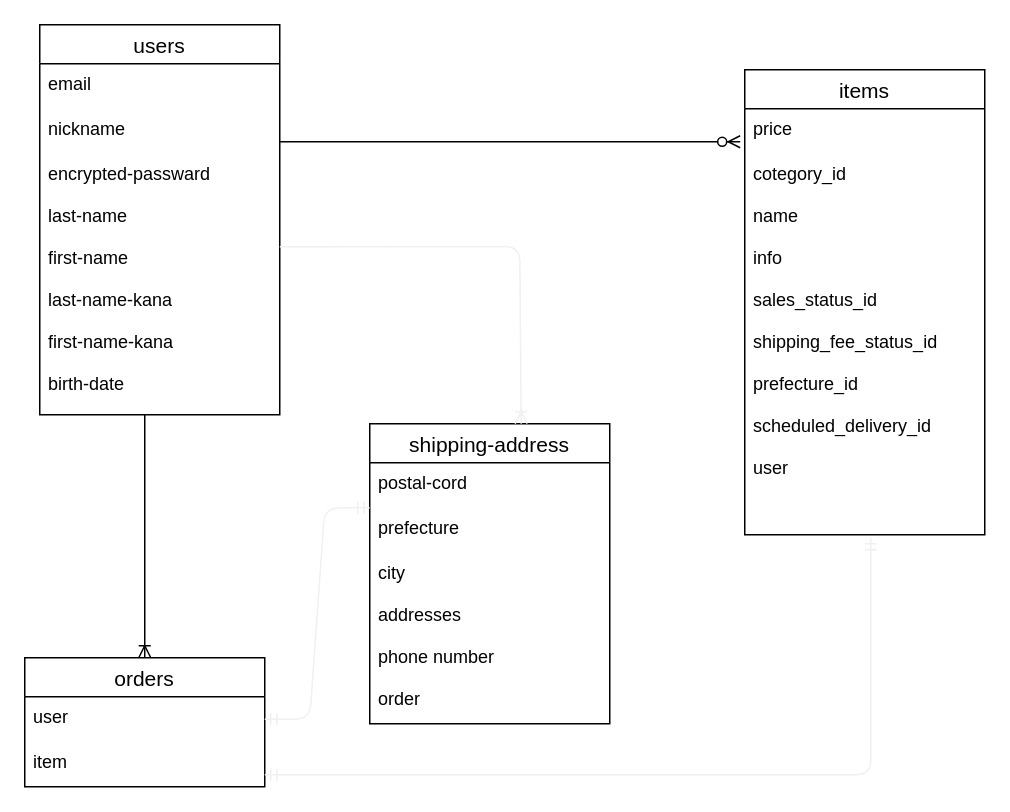
takagi-souma/furima-33513 keeps this draw.io diagram as ER.dio. Above is the earlier version. Source tidied: cells renumbered, new cells numbered last; positions are measured from the earlier drawing's top-left corner, leaving out a move shared by most shapes. Both pictures are drawn from the tidied source at 150%, with x=0, y=0 at pixel (24, 24).
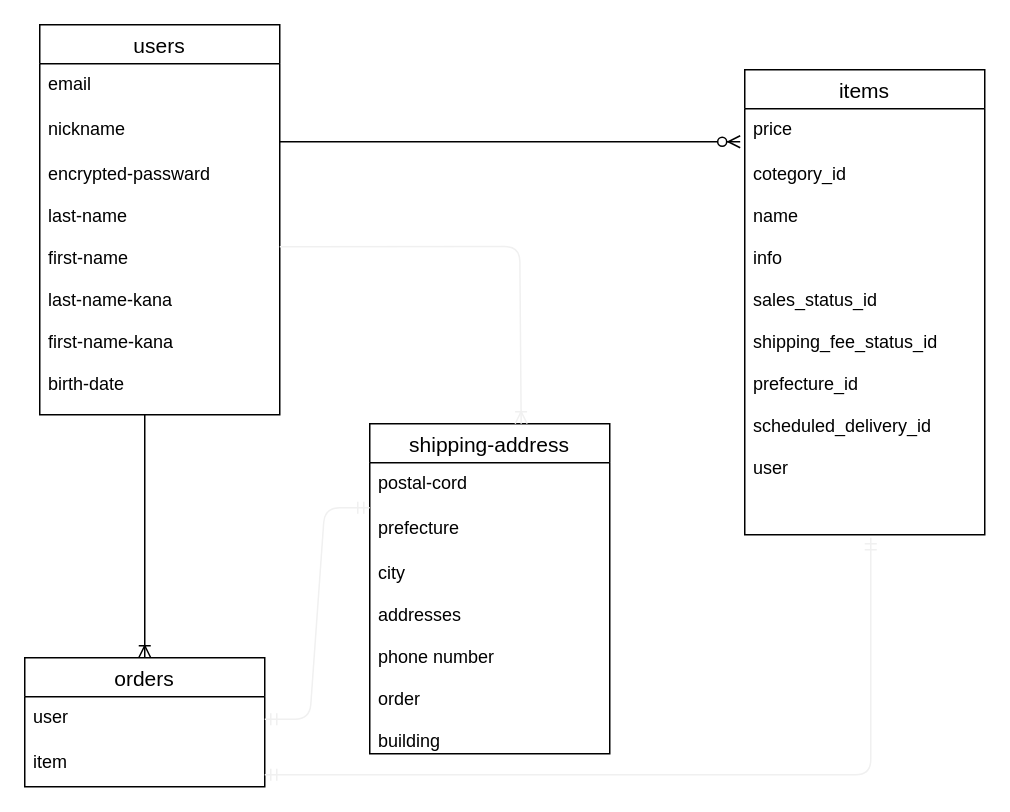
Above is the later version.

Change to the diagram source:
```diff
@@
     <mxCell id="13" value="shipping-address" style="swimlane;fontStyle=0;horizontal=1;startSize=26;align=center;fontSize=14;" parent="1" vertex="1">
-      <mxGeometry x="230" y="266" width="160" height="200" as="geometry" />
+      <mxGeometry x="230" y="266" width="160" height="220" as="geometry" />
     </mxCell>
@@
-    <mxCell id="16" value="city&#10;&#10;addresses&#10;&#10;phone number&#10;&#10;order" style="text;strokeColor=none;fillColor=none;spacingLeft=4;spacingRight=4;overflow=hidden;fontSize=12;" parent="13" vertex="1">
-      <mxGeometry y="86" width="160" height="114" as="geometry" />
+    <mxCell id="16" value="city&#10;&#10;addresses&#10;&#10;phone number&#10;&#10;order&#10;&#10;building" style="text;strokeColor=none;fillColor=none;spacingLeft=4;spacingRight=4;overflow=hidden;fontSize=12;" parent="13" vertex="1">
+      <mxGeometry y="86" width="160" height="134" as="geometry" />
     </mxCell>
```
